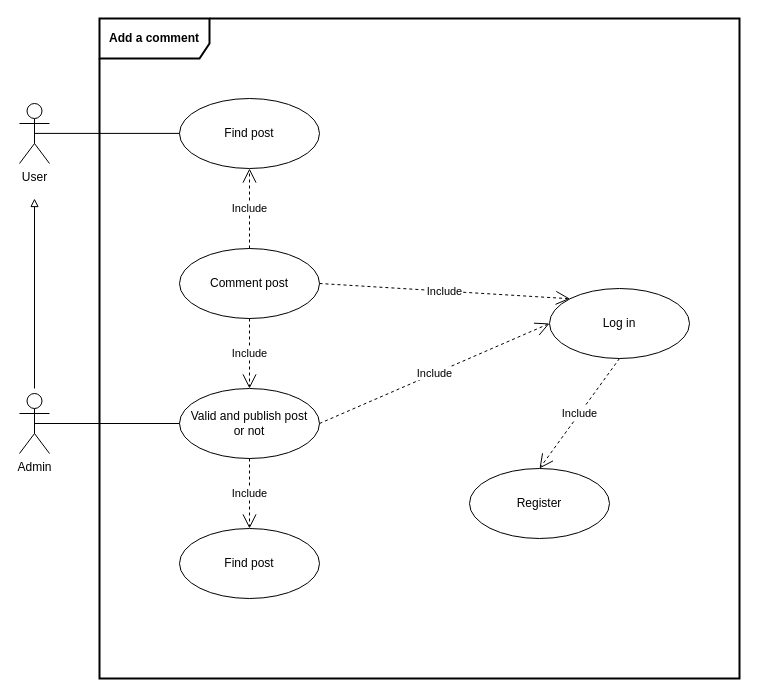
klaxurit/JuncaHugo_5_24012022 keeps this draw.io diagram as page "2-Use case - Add a comment" (2 of 7) of Cas d'utilisations.drawio. Above is the earlier version. Source tidied: cells renumbered, new cells numbered last; positions are measured from the earlier drawing's top-left corner, leaving out a move shared by most shapes. Both pictures are drawn from the tidied source at 100%, with x=0, y=0 at pixel (19, 18).
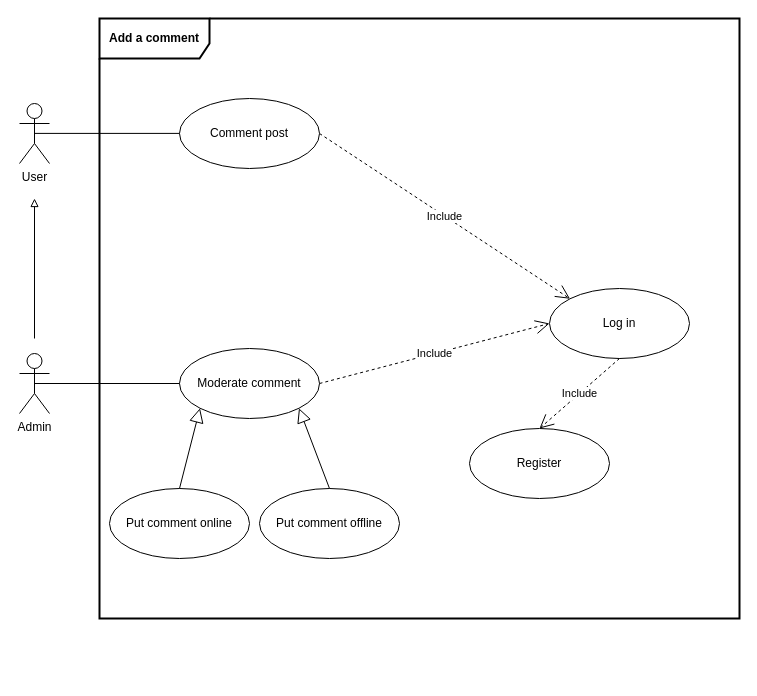
After the change.

The change refers to these unchanged cells:
```xml
<mxCell id="7" value="Log in" style="ellipse;whiteSpace=wrap;html=1;" parent="1" vertex="1">
  <mxGeometry x="530" y="270" width="140" height="70" as="geometry" />
</mxCell>
```

Diff of the diagram source:
```diff
@@
     <mxCell id="2" value="&lt;b&gt;Add a comment&lt;/b&gt;" style="shape=umlFrame;whiteSpace=wrap;html=1;width=110;height=40;strokeWidth=2;" parent="1" vertex="1">
-      <mxGeometry x="80" width="640" height="660" as="geometry" />
+      <mxGeometry x="80" width="640" height="600" as="geometry" />
     </mxCell>
@@
     <mxCell id="4" value="Admin" style="shape=umlActor;verticalLabelPosition=bottom;verticalAlign=top;html=1;" parent="1" vertex="1">
-      <mxGeometry y="375" width="30" height="60" as="geometry" />
+      <mxGeometry y="335" width="30" height="60" as="geometry" />
     </mxCell>
-    <mxCell id="5" value="Comment post" style="ellipse;whiteSpace=wrap;html=1;" parent="1" vertex="1">
-      <mxGeometry x="160" y="230" width="140" height="70" as="geometry" />
-    </mxCell>
-    <mxCell id="6" value="Include" style="endArrow=open;endSize=12;dashed=1;html=1;rounded=0;exitX=1;exitY=0.5;exitDx=0;exitDy=0;entryX=0;entryY=0;entryDx=0;entryDy=0;" parent="1" edge="1" source="5" target="7">
+    <mxCell id="6" value="Include" style="endArrow=open;endSize=12;dashed=1;html=1;rounded=0;exitX=1;exitY=0.5;exitDx=0;exitDy=0;entryX=0;entryY=0;entryDx=0;entryDy=0;" parent="1" edge="1" source="14" target="7">
       <mxGeometry relative="1" as="geometry" />
     </mxCell>
@@
-    <mxCell id="8" value="Valid and publish post&lt;br&gt;or not" style="ellipse;whiteSpace=wrap;html=1;" parent="1" vertex="1">
-      <mxGeometry x="160" y="370" width="140" height="70" as="geometry" />
+    <mxCell id="8" value="Moderate comment" style="ellipse;whiteSpace=wrap;html=1;" parent="1" vertex="1">
+      <mxGeometry x="160" y="330" width="140" height="70" as="geometry" />
     </mxCell>
@@
-    <mxCell id="10" value="Include" style="endArrow=open;endSize=12;dashed=1;html=1;rounded=0;exitX=0.5;exitY=1;exitDx=0;exitDy=0;entryX=0.5;entryY=0;entryDx=0;entryDy=0;" parent="1" edge="1" source="5" target="8">
-      <mxGeometry relative="1" as="geometry" />
-    </mxCell>
@@
     <mxCell id="13" value="Register" style="ellipse;whiteSpace=wrap;html=1;" parent="1" vertex="1">
-      <mxGeometry x="450" y="450" width="140" height="70" as="geometry" />
+      <mxGeometry x="450" y="410" width="140" height="70" as="geometry" />
     </mxCell>
-    <mxCell id="14" value="Find post" style="ellipse;whiteSpace=wrap;html=1;" parent="1" vertex="1">
+    <mxCell id="14" value="Comment post" style="ellipse;whiteSpace=wrap;html=1;" parent="1" vertex="1">
       <mxGeometry x="160" y="80" width="140" height="70" as="geometry" />
     </mxCell>
@@
     <mxCell id="16" style="endArrow=none;endFill=0;endSize=12;html=1;rounded=0;startArrow=block;startFill=0;" parent="1" edge="1">
       <mxGeometry relative="1" as="geometry">
         <mxPoint x="15" y="180" as="sourcePoint" />
-        <mxPoint x="15" y="370" as="targetPoint" />
+        <mxPoint x="15" y="320" as="targetPoint" />
       </mxGeometry>
     </mxCell>
-    <mxCell id="17" value="Include" style="endArrow=open;endSize=12;dashed=1;html=1;rounded=0;exitX=0.5;exitY=0;exitDx=0;exitDy=0;entryX=0.5;entryY=1;entryDx=0;entryDy=0;" parent="1" edge="1" source="5" target="14">
-      <mxGeometry relative="1" as="geometry" />
-    </mxCell>
-    <mxCell id="18" value="Include" style="endArrow=open;endSize=12;dashed=1;html=1;rounded=0;exitX=0.5;exitY=1;exitDx=0;exitDy=0;entryX=0.5;entryY=0;entryDx=0;entryDy=0;" parent="1" edge="1" source="8" target="19">
-      <mxGeometry relative="1" as="geometry" />
-    </mxCell>
-    <mxCell id="19" value="Find post" style="ellipse;whiteSpace=wrap;html=1;" parent="1" vertex="1">
-      <mxGeometry x="160" y="510" width="140" height="70" as="geometry" />
+    <mxCell id="19" value="Put comment online" style="ellipse;whiteSpace=wrap;html=1;" parent="1" vertex="1">
+      <mxGeometry x="90" y="470" width="140" height="70" as="geometry" />
     </mxCell>
+    <mxCell id="20" value="Put comment offline" style="ellipse;whiteSpace=wrap;html=1;" parent="1" vertex="1">
+      <mxGeometry x="240" y="470" width="140" height="70" as="geometry" />
+    </mxCell>
+    <mxCell id="21" style="endArrow=block;endFill=0;endSize=12;html=1;rounded=0;exitX=0.5;exitY=0;exitDx=0;exitDy=0;entryX=0;entryY=1;entryDx=0;entryDy=0;" parent="1" edge="1" source="19" target="8">
+      <mxGeometry relative="1" as="geometry" />
+    </mxCell>
+    <mxCell id="22" style="endArrow=block;endFill=0;endSize=12;html=1;rounded=0;exitX=0.5;exitY=0;exitDx=0;exitDy=0;entryX=1;entryY=1;entryDx=0;entryDy=0;" parent="1" edge="1" source="20" target="8">
+      <mxGeometry relative="1" as="geometry" />
+    </mxCell>
```
